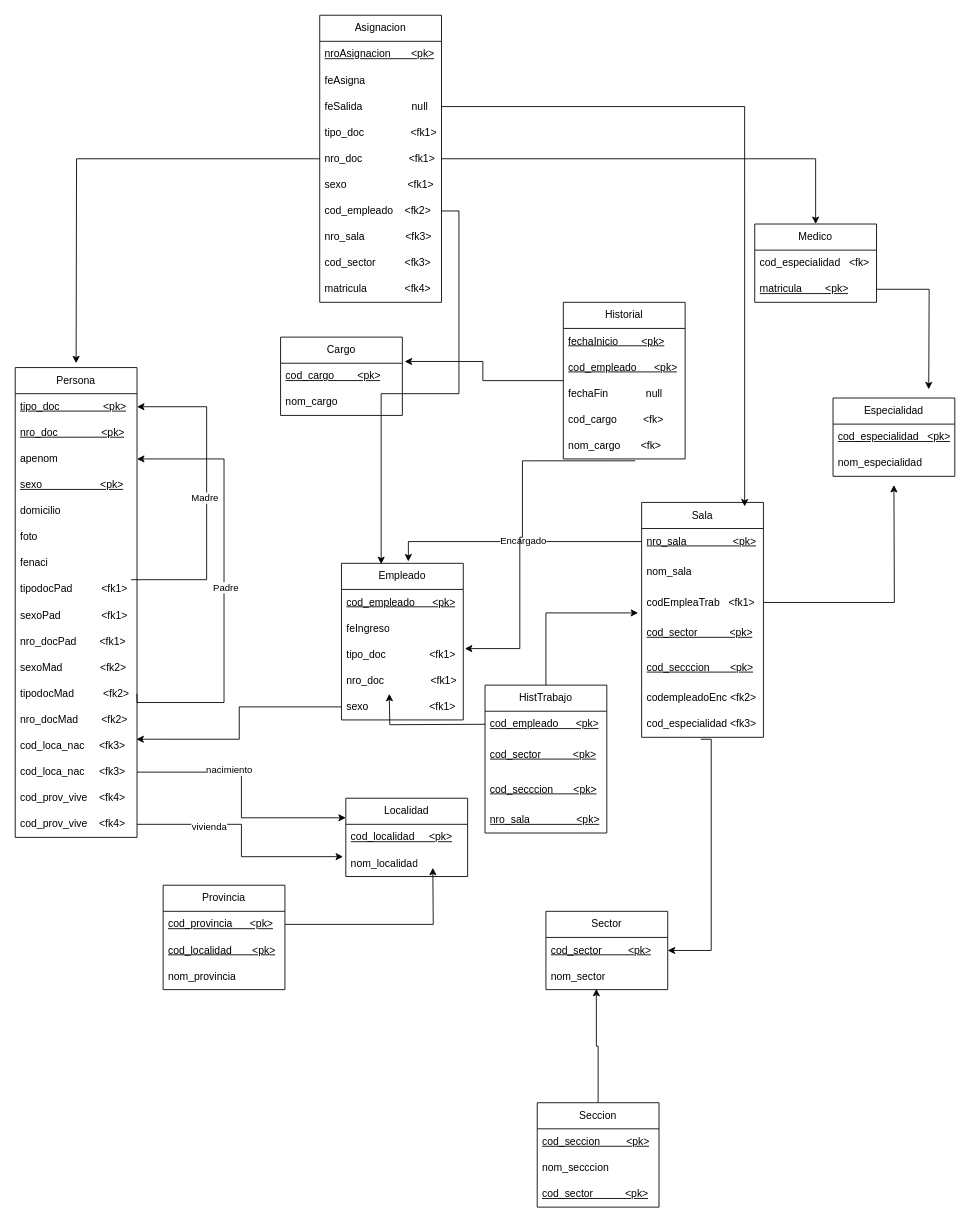
Before: UmlFisico/Practicas/Guia1_Clinica.drawio in Logan6422/UMLDiagrams, a draw.io diagram. Source tidied: cells renumbered, new cells numbered last; positions are measured from the earlier drawing's top-left corner, leaving out a move shared by most shapes. Both pictures are drawn from the tidied source at 87%, with x=0, y=0 at pixel (15, 15).
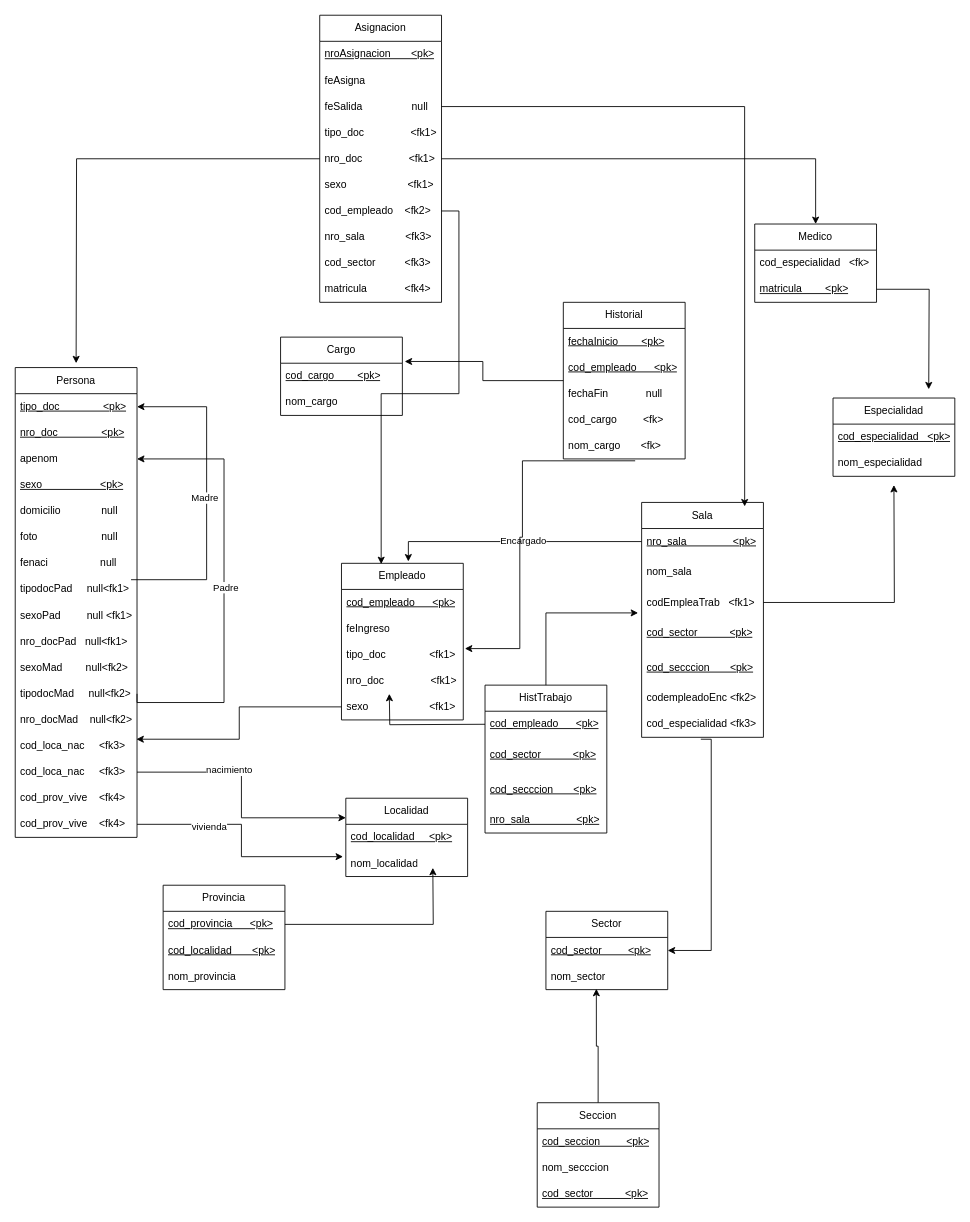
Above is the later version.

Unchanged cells that the change refers to:
```xml
<mxCell id="2" value="Persona" style="swimlane;fontStyle=0;horizontal=1;startSize=30;whiteSpace=wrap;html=1;" parent="1" vertex="1">
  <mxGeometry y="405" width="140" height="540" as="geometry" />
</mxCell>
```

What changed in the source:
```diff
@@
-    <mxCell id="7" value="domicilio" style="text;strokeColor=none;fillColor=none;align=left;verticalAlign=middle;spacingLeft=4;spacingRight=4;overflow=hidden;whiteSpace=wrap;html=1;" parent="2" vertex="1">
+    <mxCell id="7" value="domicilio&amp;nbsp;&amp;nbsp;&amp;nbsp;&amp;nbsp;&amp;nbsp;&amp;nbsp;&amp;nbsp;&amp;nbsp;&amp;nbsp;&amp;nbsp;&amp;nbsp;&amp;nbsp;&amp;nbsp; null" style="text;strokeColor=none;fillColor=none;align=left;verticalAlign=middle;spacingLeft=4;spacingRight=4;overflow=hidden;whiteSpace=wrap;html=1;" parent="2" vertex="1">
       <mxGeometry y="150" width="140" height="30" as="geometry" />
     </mxCell>
-    <mxCell id="8" value="foto" style="text;strokeColor=none;fillColor=none;align=left;verticalAlign=middle;spacingLeft=4;spacingRight=4;overflow=hidden;whiteSpace=wrap;html=1;" parent="2" vertex="1">
+    <mxCell id="8" value="foto&amp;nbsp;&amp;nbsp;&amp;nbsp;&amp;nbsp;&amp;nbsp;&amp;nbsp;&amp;nbsp;&amp;nbsp;&amp;nbsp;&amp;nbsp;&amp;nbsp;&amp;nbsp;&amp;nbsp;&amp;nbsp;&amp;nbsp;&amp;nbsp;&amp;nbsp;&amp;nbsp;&amp;nbsp;&amp;nbsp;&amp;nbsp; null" style="text;strokeColor=none;fillColor=none;align=left;verticalAlign=middle;spacingLeft=4;spacingRight=4;overflow=hidden;whiteSpace=wrap;html=1;" parent="2" vertex="1">
       <mxGeometry y="180" width="140" height="30" as="geometry" />
     </mxCell>
-    <mxCell id="9" value="fenaci" style="text;strokeColor=none;fillColor=none;align=left;verticalAlign=middle;spacingLeft=4;spacingRight=4;overflow=hidden;points=[[0,0.5],[1,0.5]];portConstraint=eastwest;whiteSpace=wrap;html=1;" parent="2" vertex="1">
+    <mxCell id="9" value="fenaci&amp;nbsp;&amp;nbsp;&amp;nbsp;&amp;nbsp;&amp;nbsp;&amp;nbsp;&amp;nbsp;&amp;nbsp;&amp;nbsp;&amp;nbsp;&amp;nbsp;&amp;nbsp;&amp;nbsp;&amp;nbsp;&amp;nbsp;&amp;nbsp;&amp;nbsp; null" style="text;strokeColor=none;fillColor=none;align=left;verticalAlign=middle;spacingLeft=4;spacingRight=4;overflow=hidden;points=[[0,0.5],[1,0.5]];portConstraint=eastwest;whiteSpace=wrap;html=1;" parent="2" vertex="1">
       <mxGeometry y="210" width="140" height="30" as="geometry" />
     </mxCell>
-    <mxCell id="10" value="tipodocPad &amp;nbsp;&amp;nbsp;&amp;nbsp;&amp;nbsp;&amp;nbsp;&amp;nbsp;&amp;nbsp;&amp;nbsp; &amp;lt;fk1&amp;gt;" style="text;strokeColor=none;fillColor=none;align=left;verticalAlign=middle;spacingLeft=4;spacingRight=4;overflow=hidden;whiteSpace=wrap;html=1;" parent="2" vertex="1">
+    <mxCell id="10" value="tipodocPad &amp;nbsp;&amp;nbsp;&amp;nbsp; null&amp;lt;fk1&amp;gt;" style="text;strokeColor=none;fillColor=none;align=left;verticalAlign=middle;spacingLeft=4;spacingRight=4;overflow=hidden;whiteSpace=wrap;html=1;" parent="2" vertex="1">
       <mxGeometry y="240" width="140" height="30" as="geometry" />
     </mxCell>
-    <mxCell id="11" value="sexoPad &amp;nbsp; &amp;nbsp; &amp;nbsp; &amp;nbsp; &amp;nbsp;&amp;nbsp;&amp;nbsp;&amp;nbsp; &amp;lt;fk1&amp;gt;" style="text;strokeColor=none;fillColor=none;align=left;verticalAlign=middle;spacingLeft=4;spacingRight=4;overflow=hidden;whiteSpace=wrap;html=1;" parent="2" vertex="1">
+    <mxCell id="11" value="sexoPad &amp;nbsp; &amp;nbsp; &amp;nbsp; &amp;nbsp;&amp;nbsp;null &amp;lt;fk1&amp;gt;" style="text;strokeColor=none;fillColor=none;align=left;verticalAlign=middle;spacingLeft=4;spacingRight=4;overflow=hidden;whiteSpace=wrap;html=1;" parent="2" vertex="1">
       <mxGeometry y="270" width="140" height="30" as="geometry" />
     </mxCell>
-    <mxCell id="12" value="nro_docPad&amp;nbsp;&amp;nbsp;&amp;nbsp;&amp;nbsp;&amp;nbsp;&amp;nbsp;&amp;nbsp; &amp;lt;fk1&amp;gt;" style="text;strokeColor=none;fillColor=none;align=left;verticalAlign=middle;spacingLeft=4;spacingRight=4;overflow=hidden;whiteSpace=wrap;html=1;" parent="2" vertex="1">
+    <mxCell id="12" value="nro_docPad&amp;nbsp;&amp;nbsp; null&amp;lt;fk1&amp;gt;" style="text;strokeColor=none;fillColor=none;align=left;verticalAlign=middle;spacingLeft=4;spacingRight=4;overflow=hidden;whiteSpace=wrap;html=1;" parent="2" vertex="1">
       <mxGeometry y="300" width="140" height="30" as="geometry" />
     </mxCell>
-    <mxCell id="13" value="sexoMad&amp;nbsp; &amp;nbsp; &amp;nbsp; &amp;nbsp; &amp;nbsp;&amp;nbsp;&amp;nbsp;&amp;nbsp; &amp;lt;fk2&amp;gt;" style="text;strokeColor=none;fillColor=none;align=left;verticalAlign=middle;spacingLeft=4;spacingRight=4;overflow=hidden;whiteSpace=wrap;html=1;" parent="2" vertex="1">
+    <mxCell id="13" value="sexoMad&amp;nbsp; &amp;nbsp; &amp;nbsp; &amp;nbsp; null&amp;lt;fk2&amp;gt;" style="text;strokeColor=none;fillColor=none;align=left;verticalAlign=middle;spacingLeft=4;spacingRight=4;overflow=hidden;whiteSpace=wrap;html=1;" parent="2" vertex="1">
       <mxGeometry y="330" width="140" height="30" as="geometry" />
     </mxCell>
@@
-    <mxCell id="16" value="tipodocMad &amp;nbsp;&amp;nbsp;&amp;nbsp;&amp;nbsp;&amp;nbsp;&amp;nbsp;&amp;nbsp;&amp;nbsp; &amp;lt;fk2&amp;gt;" style="text;strokeColor=none;fillColor=none;align=left;verticalAlign=middle;spacingLeft=4;spacingRight=4;overflow=hidden;points=[[0,0.5],[1,0.5]];portConstraint=eastwest;whiteSpace=wrap;html=1;" parent="2" vertex="1">
+    <mxCell id="16" value="tipodocMad &amp;nbsp;&amp;nbsp;&amp;nbsp; null&amp;lt;fk2&amp;gt;" style="text;strokeColor=none;fillColor=none;align=left;verticalAlign=middle;spacingLeft=4;spacingRight=4;overflow=hidden;points=[[0,0.5],[1,0.5]];portConstraint=eastwest;whiteSpace=wrap;html=1;" parent="2" vertex="1">
       <mxGeometry y="360" width="140" height="30" as="geometry" />
     </mxCell>
-    <mxCell id="17" value="nro_docMad &amp;nbsp;&amp;nbsp;&amp;nbsp;&amp;nbsp;&amp;nbsp;&amp;nbsp; &amp;lt;fk2&amp;gt;" style="text;strokeColor=none;fillColor=none;align=left;verticalAlign=middle;spacingLeft=4;spacingRight=4;overflow=hidden;whiteSpace=wrap;html=1;" parent="2" vertex="1">
+    <mxCell id="17" value="nro_docMad &amp;nbsp;&amp;nbsp; null&amp;lt;fk2&amp;gt;" style="text;strokeColor=none;fillColor=none;align=left;verticalAlign=middle;spacingLeft=4;spacingRight=4;overflow=hidden;whiteSpace=wrap;html=1;" parent="2" vertex="1">
       <mxGeometry y="390" width="140" height="30" as="geometry" />
     </mxCell>
```
